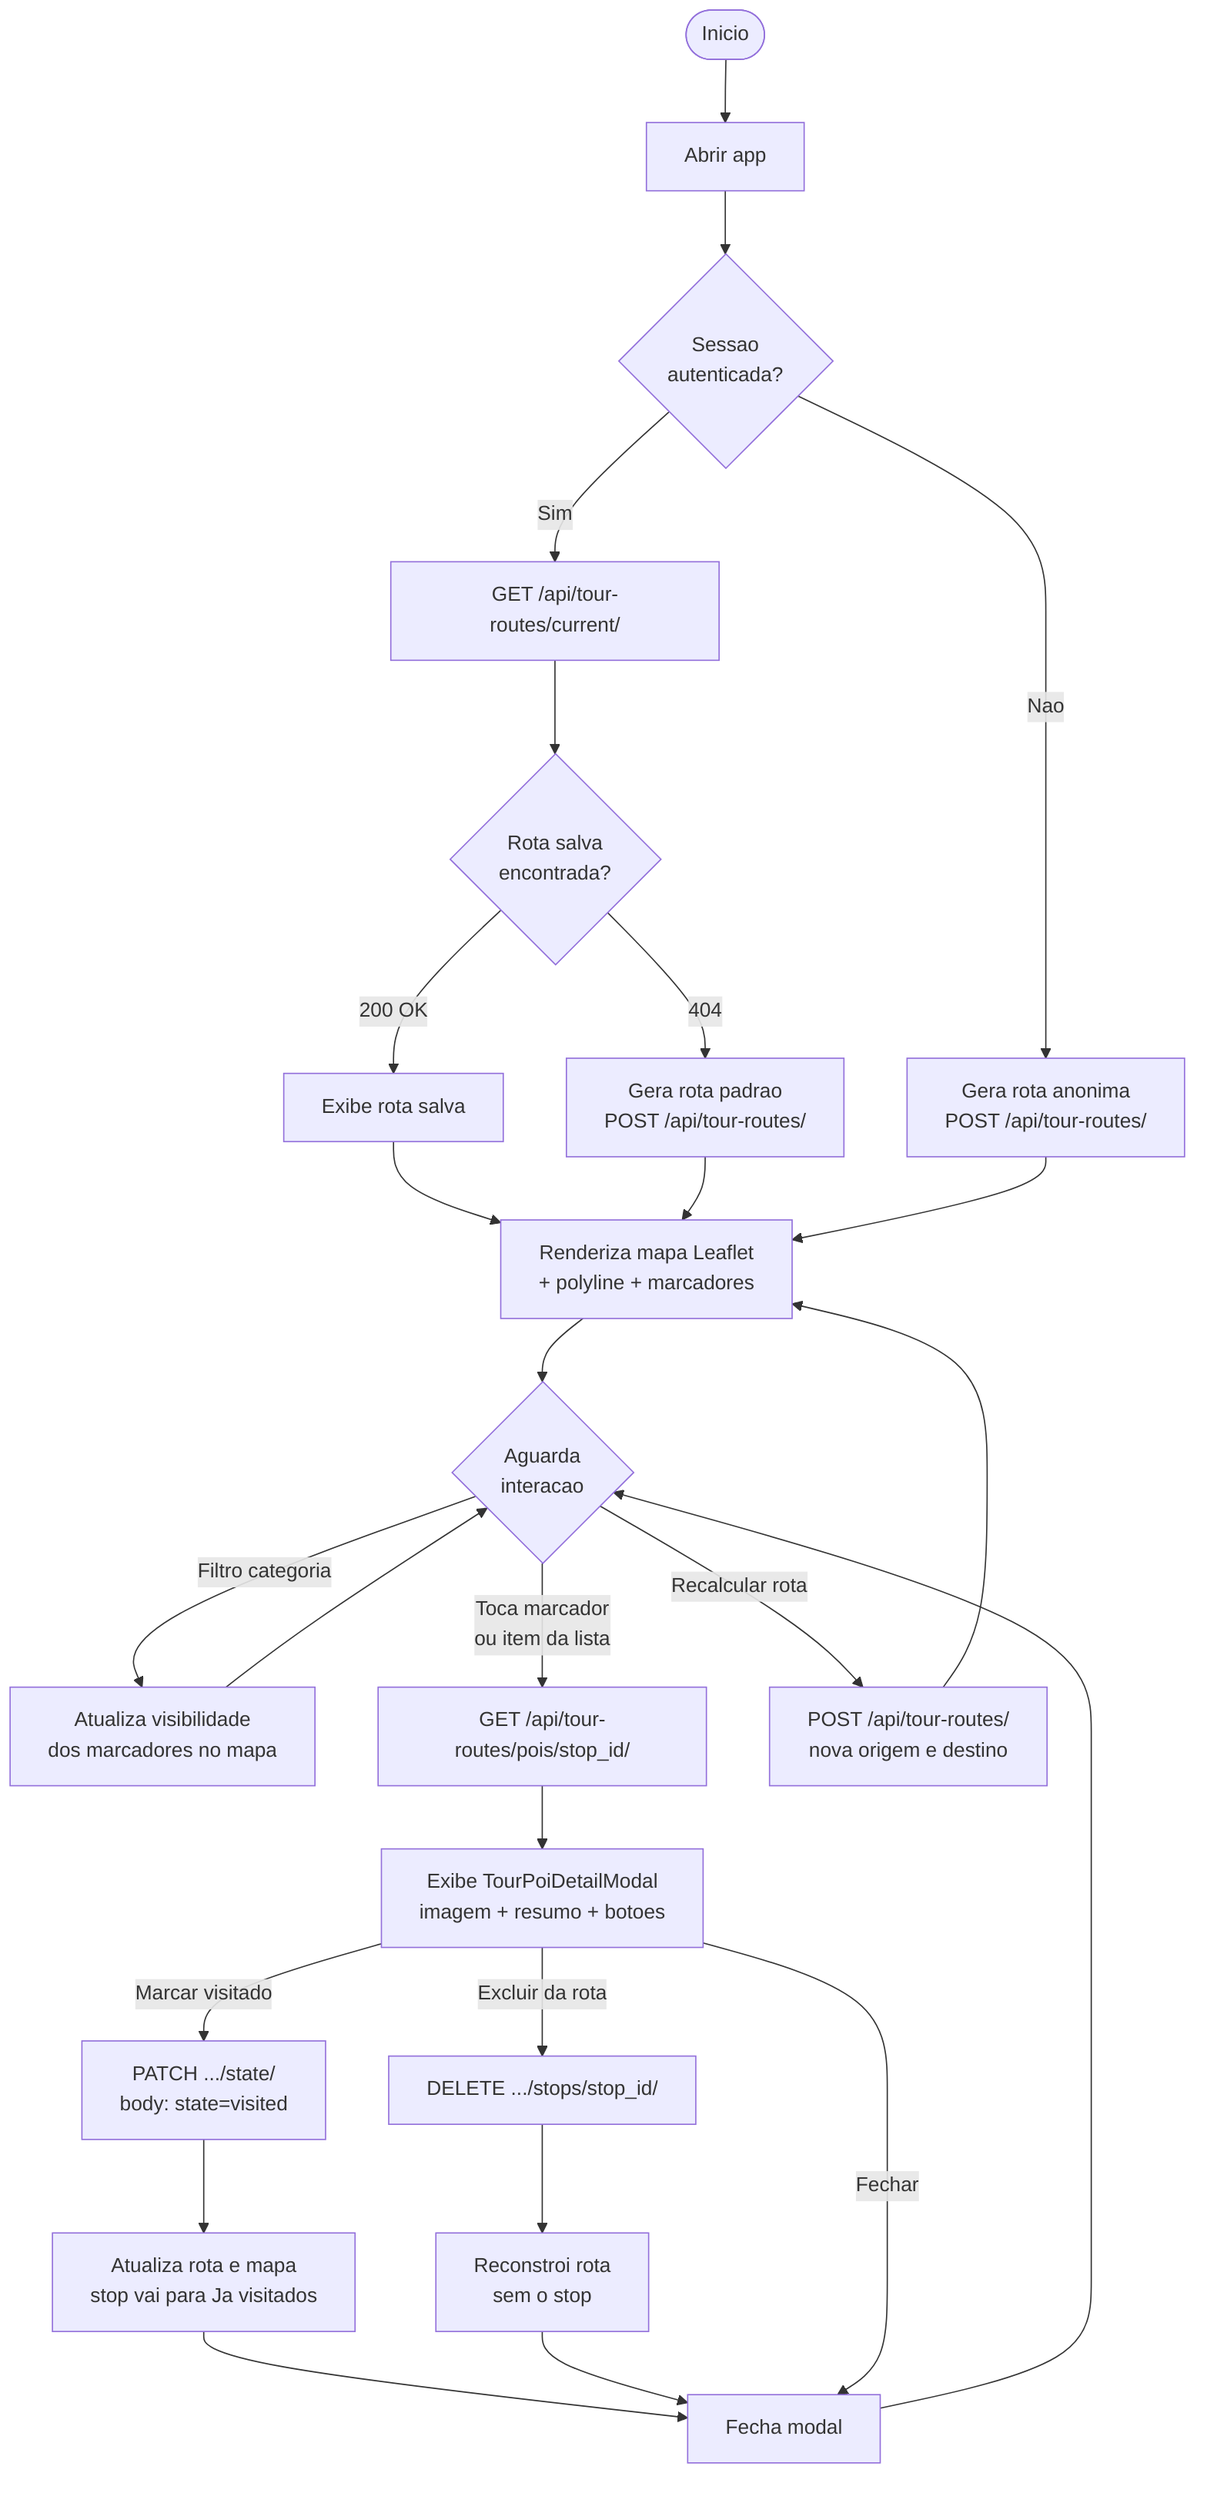
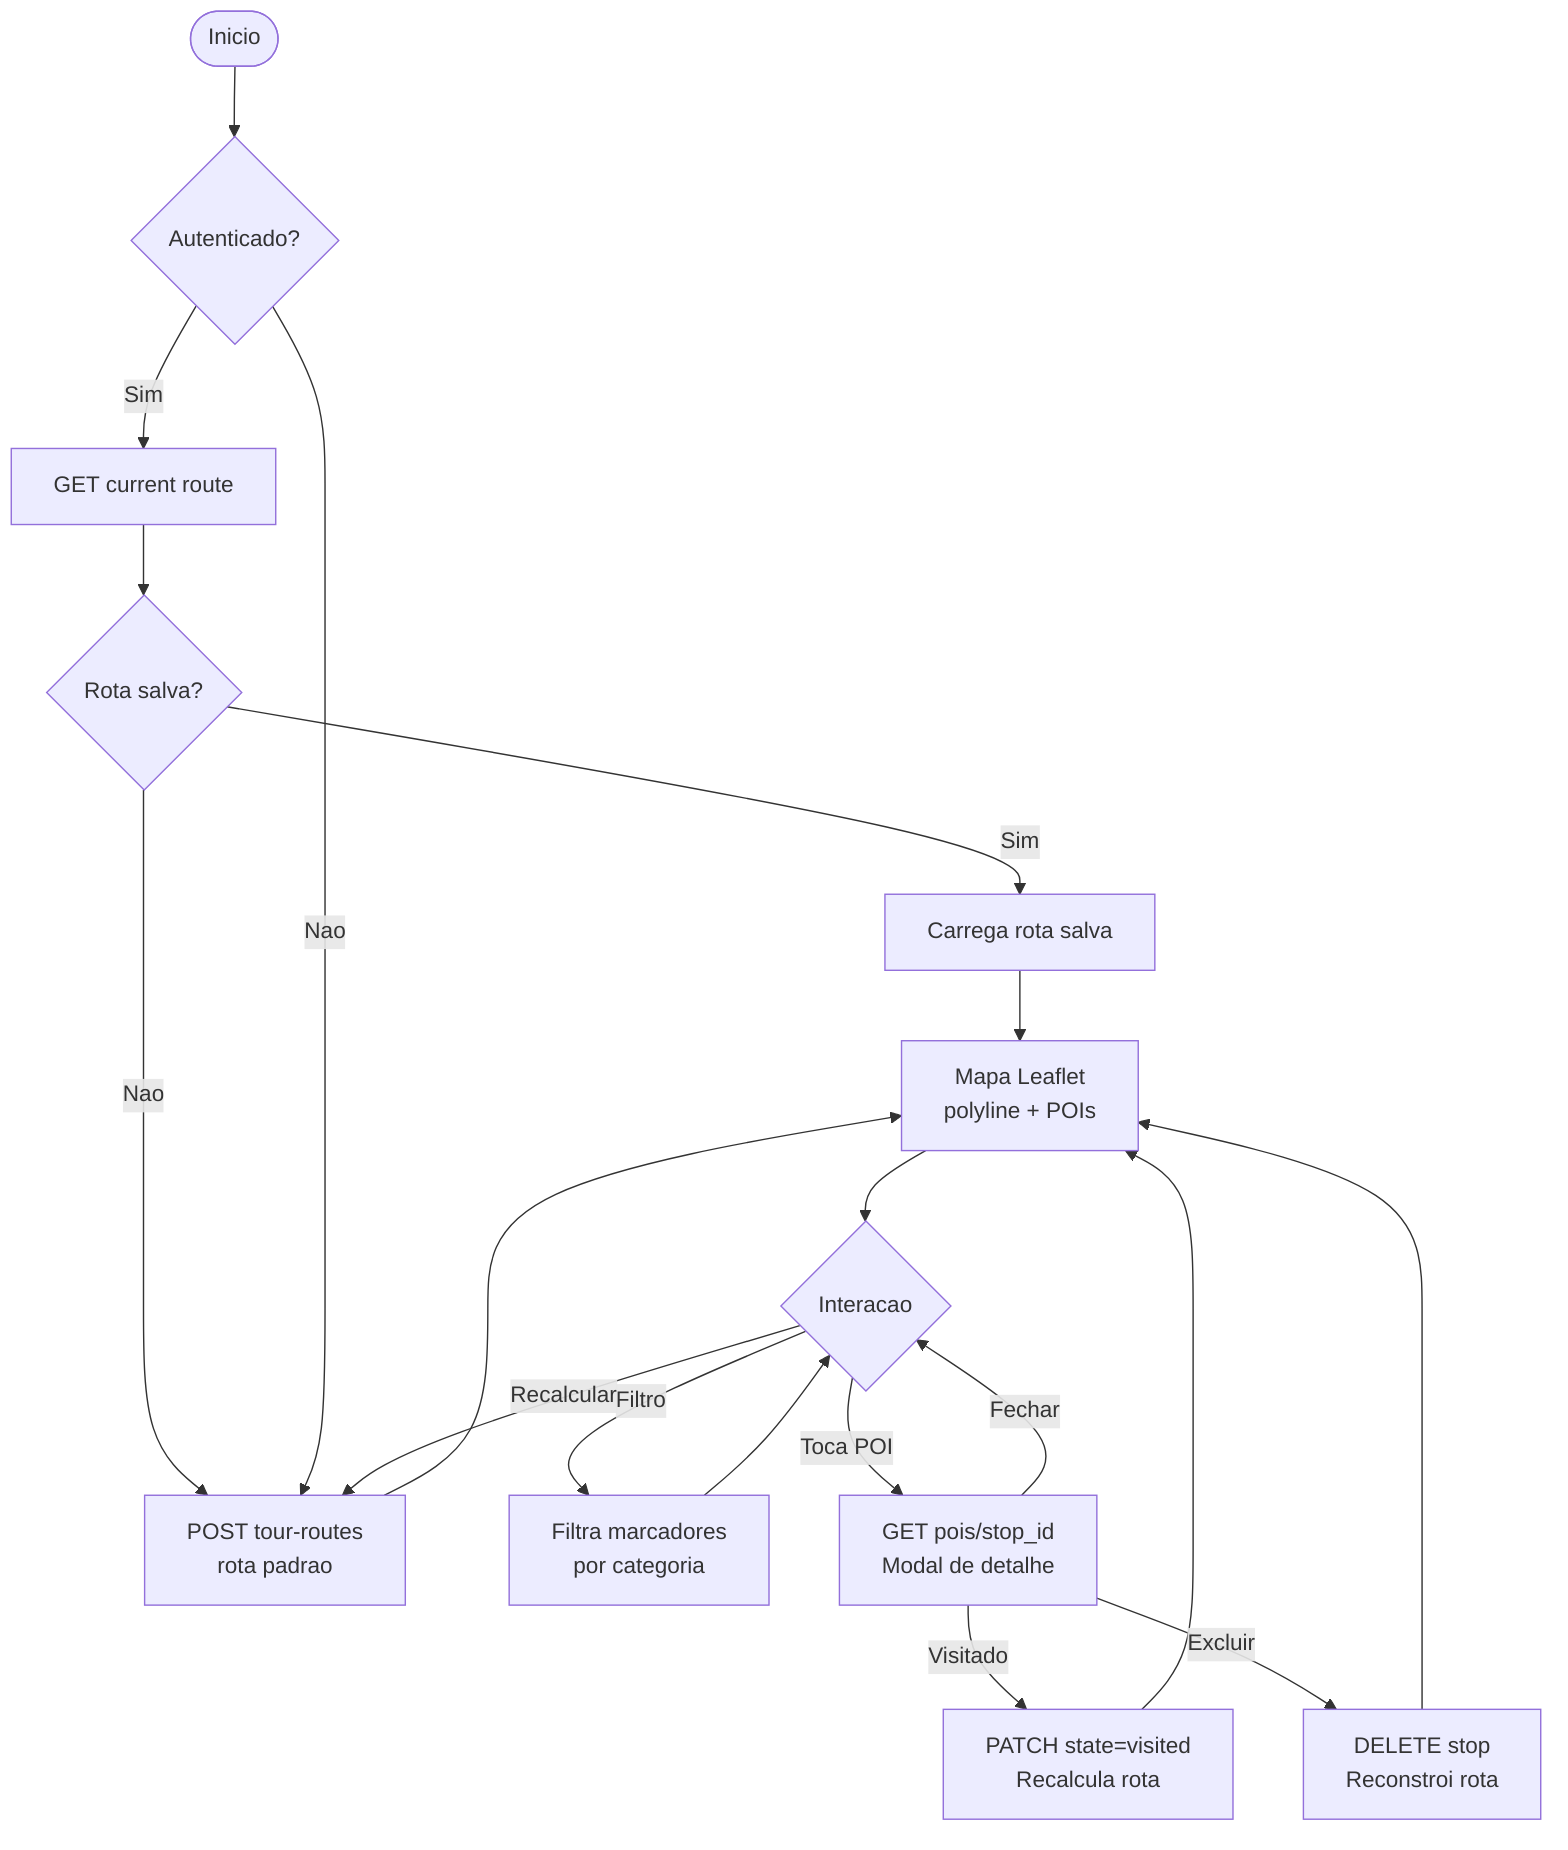
flowchart TD
-     Start([Inicio]) --> OpenApp[Abrir app]
-     OpenApp --> AuthCheck{Sessao\nautenticada?}
+     Start([Inicio]) --> AuthCheck{Autenticado?}

-     AuthCheck -->|Sim| TryCurrentRoute[GET /api/tour-routes/current/]
-     TryCurrentRoute --> RoutFound{Rota salva\nencontrada?}
-     RoutFound -->|200 OK| ShowRoute[Exibe rota salva]
-     RoutFound -->|404| GenDefault[Gera rota padrao\nPOST /api/tour-routes/]
+     AuthCheck -->|Sim| TryCurrent[GET current route]
+     TryCurrent --> Found{Rota salva?}
+     Found -->|Sim| ShowRoute[Carrega rota salva]
+     Found -->|Nao| GenRoute[POST tour-routes\nrota padrao]

-     AuthCheck -->|Nao| GenAnon[Gera rota anonima\nPOST /api/tour-routes/]
+     AuthCheck -->|Nao| GenRoute

-     ShowRoute --> RenderMap
-     GenDefault --> RenderMap
-     GenAnon --> RenderMap[Renderiza mapa Leaflet\n+ polyline + marcadores]
+     ShowRoute --> Map[Mapa Leaflet\npolyline + POIs]
+     GenRoute --> Map

-     RenderMap --> Idle{Aguarda\ninteracao}
+     Map --> Idle{Interacao}

-     Idle -->|Filtro categoria| Filter[Atualiza visibilidade\ndos marcadores no mapa]
+     Idle -->|Filtro| Filter[Filtra marcadores\npor categoria]
    Filter --> Idle

-     Idle -->|Toca marcador\nou item da lista| OpenDetail[GET /api/tour-routes/pois/stop_id/]
-     OpenDetail --> Modal[Exibe TourPoiDetailModal\nimagem + resumo + botoes]
+     Idle -->|Toca POI| Detail[GET pois/stop_id\nModal de detalhe]

-     Modal -->|Marcar visitado| PatchVisited[PATCH .../state/\nbody: state=visited]
-     PatchVisited --> UpdateRoute[Atualiza rota e mapa\nstop vai para Ja visitados]
-     UpdateRoute --> CloseModal
+     Detail -->|Visitado| Patch[PATCH state=visited\nRecalcula rota]
+     Patch --> Map

-     Modal -->|Excluir da rota| DeleteStop[DELETE .../stops/stop_id/]
-     DeleteStop --> RebuildRoute[Reconstroi rota\nsem o stop]
-     RebuildRoute --> CloseModal
+     Detail -->|Excluir| Delete[DELETE stop\nReconstroi rota]
+     Delete --> Map

-     Modal -->|Fechar| CloseModal[Fecha modal]
-     CloseModal --> Idle
+     Detail -->|Fechar| Idle

-     Idle -->|Recalcular rota| NewRoute[POST /api/tour-routes/\nnova origem e destino]
-     NewRoute --> RenderMap
+     Idle -->|Recalcular| GenRoute
